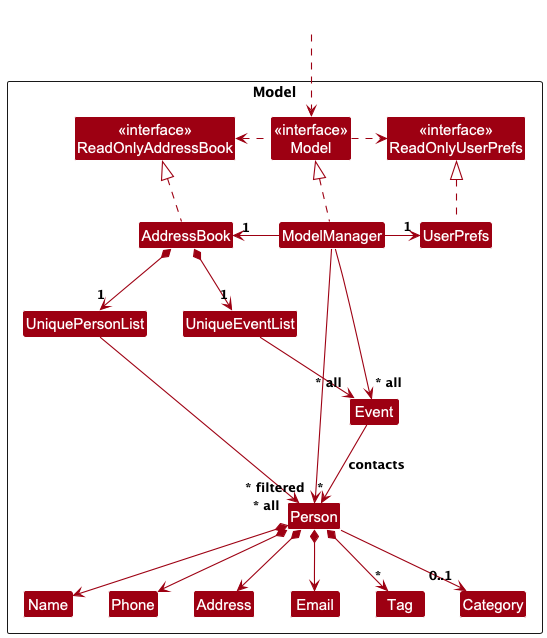
Earlier version of the PlantUML export docs/images/ModelClassDiagram.png (juneha1120/tp).
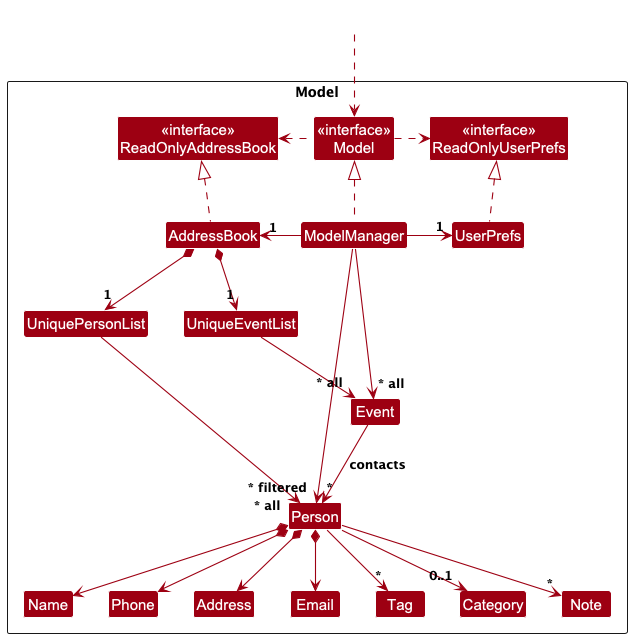
Later version of the same file.

Commit message:
Update ModelClassDiagram photo file

Diff of the diagram source:
```diff
@@ -20,6 +20,7 @@
 Class Phone
 Class Tag
 Class Category
+Class Note
 
 Class UniqueEventList
 Class Event
@@ -48,8 +49,9 @@
 Person *--> Phone
 Person *--> Email
 Person *--> Address
-Person *--> "*" Tag
+Person --> "*" Tag
 Person --> "0..1" Category
+Person --> "*" Note
 
 Person -[hidden]up--> I
 UniquePersonList -[hidden]right-> I
```
